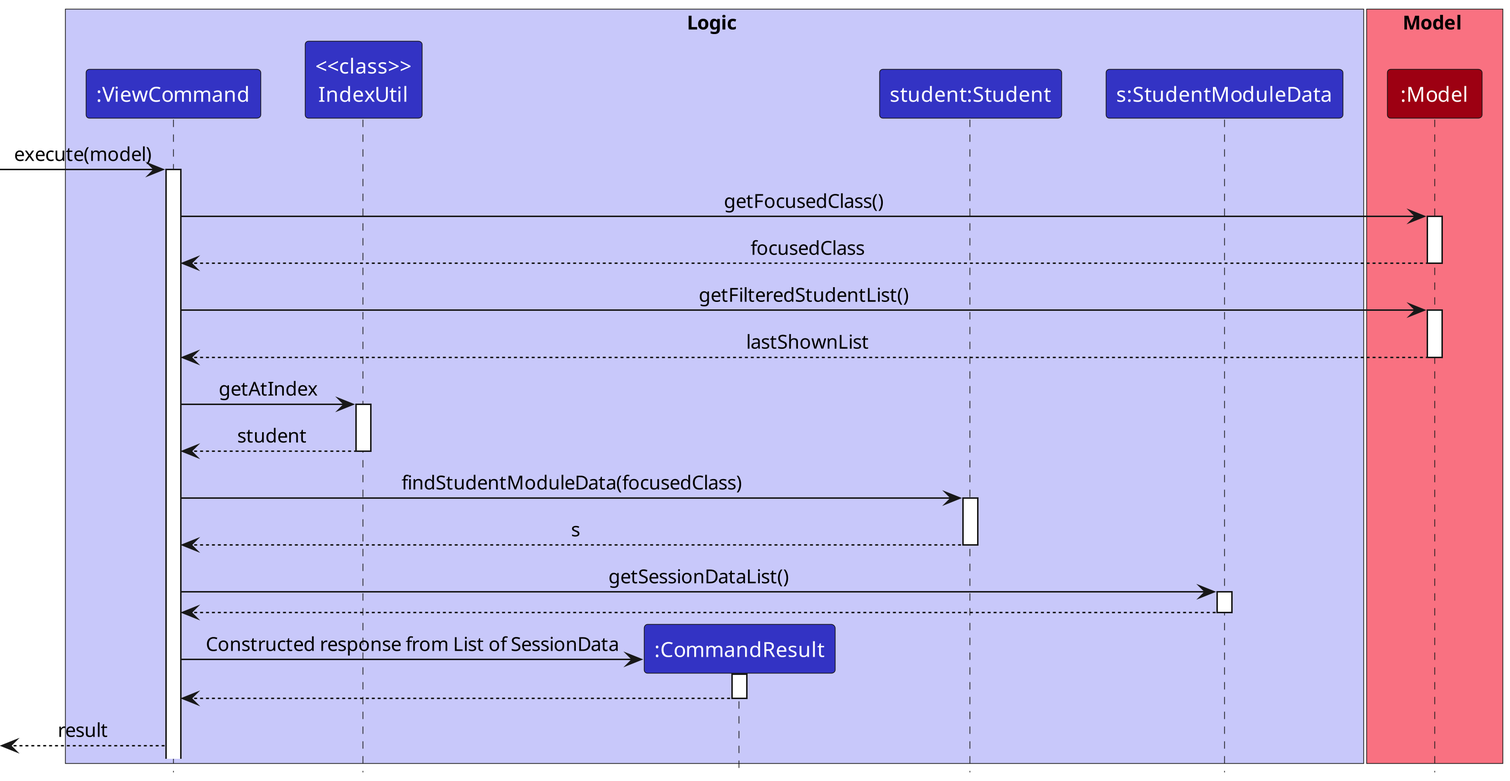
Earlier version of the PlantUML export docs/images/ViewCommandSequenceDiagram.png (nus-cs2103-AY2223S1/tp). Its diagram source:
```plantuml
@startuml
!include style.puml

box Logic LOGIC_COLOR_T1
participant ":ViewCommand" as ViewCommand LOGIC_COLOR
participant "<<class>>\nIndexUtil" as Util LOGIC_COLOR
participant ":CommandResult" as CommandResult LOGIC_COLOR
participant "student:Student" as Student LOGIC_COLOR
participant "s:StudentModuleData" as SMD LOGIC_COLOR
end box

box Model MODEL_COLOR_T1
participant ":Model" as Model MODEL_COLOR
end box

[-> ViewCommand: execute(model)
activate ViewCommand

ViewCommand -> Model: getFocusedClass()
activate Model
Model --> ViewCommand: focusedClass
deactivate Model

ViewCommand -> Model: getFilteredStudentList()
activate Model
Model --> ViewCommand: lastShownList
deactivate Model

ViewCommand -> Util: getAtIndex
activate Util
Util --> ViewCommand: student
deactivate Util

ViewCommand -> Student: findStudentModuleData(focusedClass)
activate Student
Student --> ViewCommand: s
deactivate Student

ViewCommand -> SMD: getSessionDataList()
activate SMD
SMD --> ViewCommand
deactivate SMD


create CommandResult
ViewCommand -> CommandResult: Constructed response from List of SessionData
activate CommandResult

CommandResult --> ViewCommand
deactivate CommandResult

ViewCommand -->[: result

@enduml
```
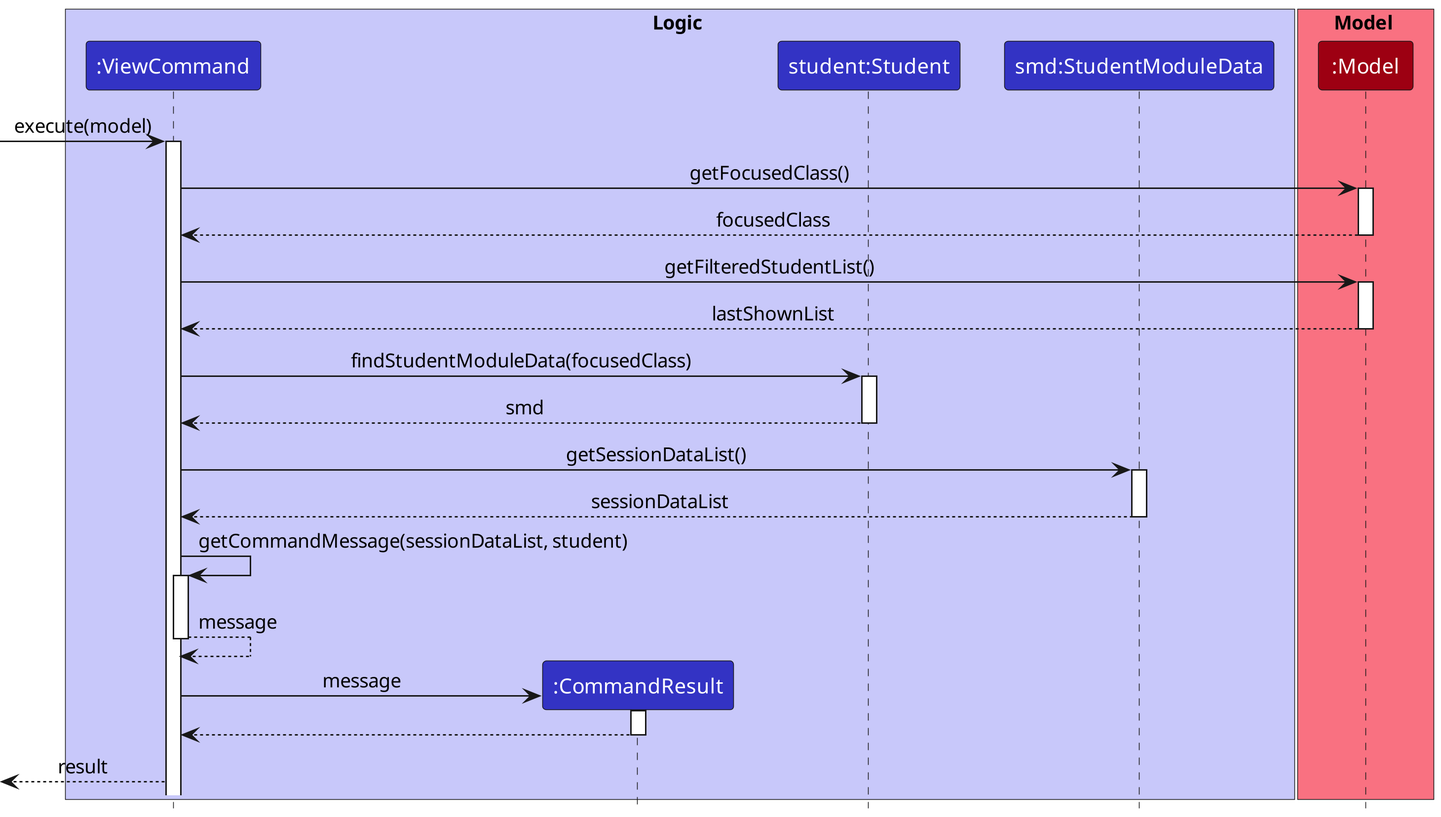
Later version of the same file.

Commit message:
DG: remove IndexUtil from sequence diagrams

The edit, as a diff of the source:
```diff
@@ -3,10 +3,9 @@
 
 box Logic LOGIC_COLOR_T1
 participant ":ViewCommand" as ViewCommand LOGIC_COLOR
-participant "<<class>>\nIndexUtil" as Util LOGIC_COLOR
 participant ":CommandResult" as CommandResult LOGIC_COLOR
 participant "student:Student" as Student LOGIC_COLOR
-participant "s:StudentModuleData" as SMD LOGIC_COLOR
+participant "smd:StudentModuleData" as SMD LOGIC_COLOR
 end box
 
 box Model MODEL_COLOR_T1
@@ -26,24 +25,23 @@
 Model --> ViewCommand: lastShownList
 deactivate Model
 
-ViewCommand -> Util: getAtIndex
-activate Util
-Util --> ViewCommand: student
-deactivate Util
-
 ViewCommand -> Student: findStudentModuleData(focusedClass)
 activate Student
-Student --> ViewCommand: s
+Student --> ViewCommand: smd
 deactivate Student
 
 ViewCommand -> SMD: getSessionDataList()
 activate SMD
-SMD --> ViewCommand
+SMD --> ViewCommand: sessionDataList
 deactivate SMD
 
+ViewCommand -> ViewCommand: getCommandMessage(sessionDataList, student)
+activate ViewCommand
+ViewCommand --> ViewCommand: message
+deactivate ViewCommand
 
 create CommandResult
-ViewCommand -> CommandResult: Constructed response from List of SessionData
+ViewCommand -> CommandResult: message
 activate CommandResult
 
 CommandResult --> ViewCommand
```
